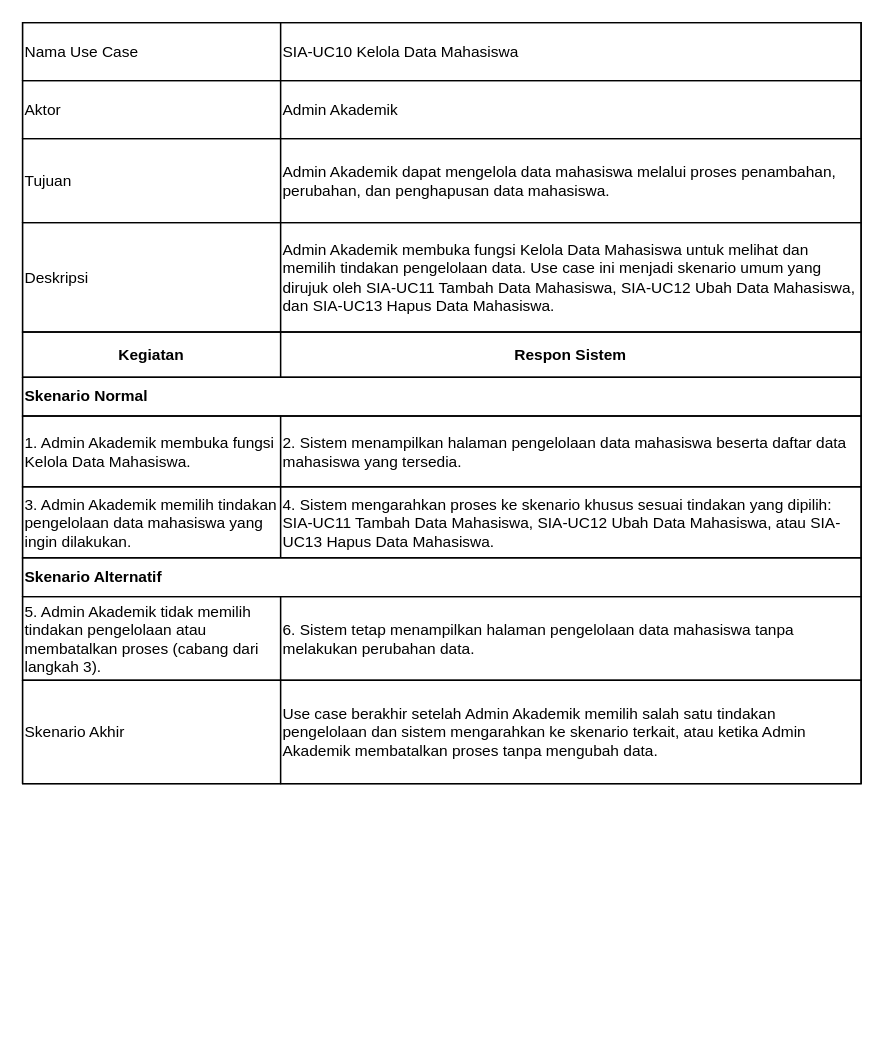
Earlier version of the draw.io diagram page "SIA-UC10" (4 of 7) of 04_model_analisis/P05/SIA/P05_2406030_SIA_skenario_v01.drawio (eyka02/IFRWP5149_2406030_LabAlat). Source tidied: cells renumbered, new cells numbered last; positions are measured from the earlier drawing's top-left corner, leaving out a move shared by most shapes. Both pictures are drawn from the tidied source at 129%, with x=0, y=0 at pixel (22, 22).
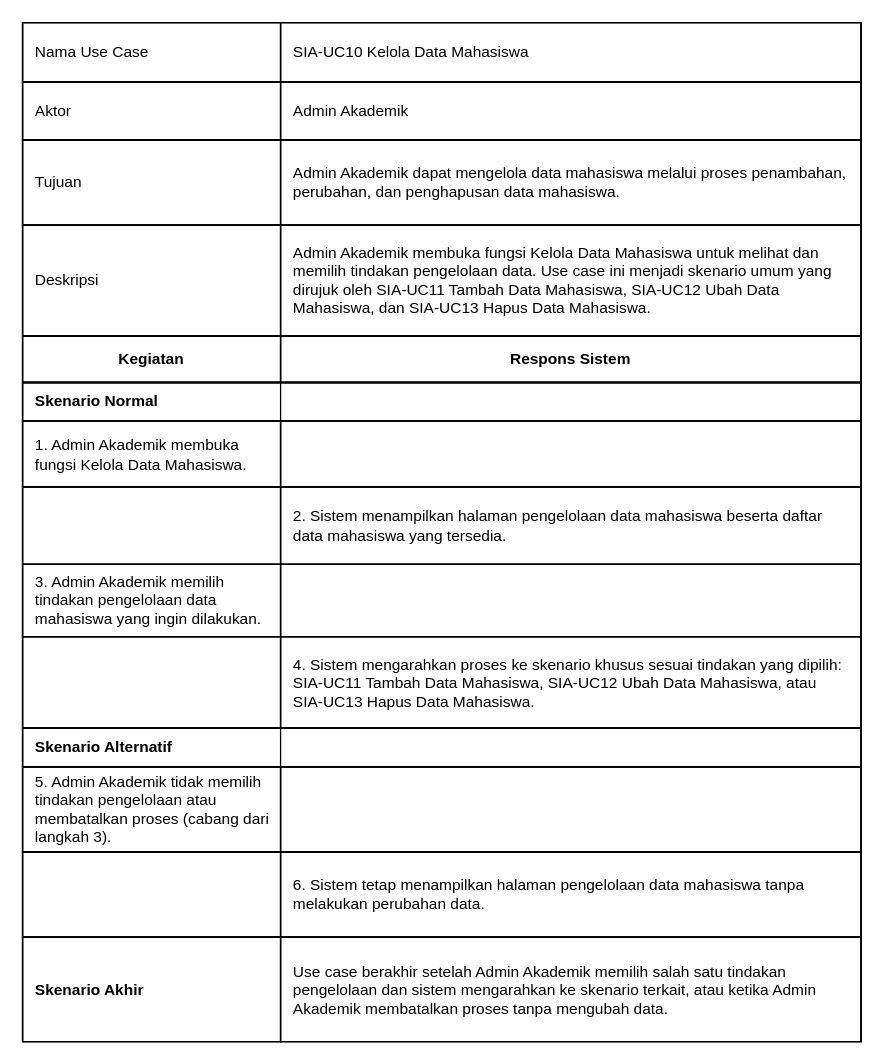
The same diagram, later.

What changed in the source:
```diff
@@
-    <mxCell id="2" style="shape=table;startSize=0;childLayout=tableLayout;fixedHeader=1;tableRender=collapsed;fillColor=none;strokeColor=#000000;" parent="1" vertex="1">
-      <mxGeometry width="650" height="590" as="geometry" />
+    <mxCell id="2" style="shape=table;startSize=0;childLayout=tableLayout;fixedHeader=1;tableRender=collapsed;fillColor=none;strokeColor=#000000;strokeWidth=1;" parent="1" vertex="1">
+      <mxGeometry width="650" height="790" as="geometry" />
     </mxCell>
-    <mxCell id="3" style="shape=tableRow;horizontal=0;startSize=0;" parent="2" vertex="1">
-      <mxGeometry width="650" height="45" as="geometry" />
+    <mxCell id="3" style="shape=tableRow;horizontal=0;startSize=0;strokeColor=#000000;strokeWidth=1;fillColor=none;" parent="2" vertex="1">
+      <mxGeometry width="650" height="46" as="geometry" />
     </mxCell>
-    <mxCell id="4" value="Nama Use Case" style="shape=partialRectangle;html=1;whiteSpace=wrap;align=left;verticalAlign=middle;fillColor=none;strokeColor=#000000;" parent="3" vertex="1">
-      <mxGeometry width="200" height="45" as="geometry" />
+    <mxCell id="4" value="Nama Use Case" style="shape=partialRectangle;html=1;whiteSpace=wrap;align=left;verticalAlign=middle;spacingLeft=8;fillColor=none;strokeColor=#000000;strokeWidth=1;" parent="3" vertex="1">
+      <mxGeometry width="200" height="46" as="geometry" />
     </mxCell>
-    <mxCell id="5" value="SIA-UC10 Kelola Data Mahasiswa" style="shape=partialRectangle;html=1;whiteSpace=wrap;align=left;verticalAlign=middle;fillColor=none;strokeColor=#000000;" parent="3" vertex="1">
-      <mxGeometry x="200" width="450" height="45" as="geometry" />
+    <mxCell id="5" value="SIA-UC10 Kelola Data Mahasiswa" style="shape=partialRectangle;html=1;whiteSpace=wrap;align=left;verticalAlign=middle;spacingLeft=8;fillColor=none;strokeColor=#000000;strokeWidth=1;" parent="3" vertex="1">
+      <mxGeometry x="200" width="450" height="46" as="geometry" />
     </mxCell>
-    <mxCell id="6" style="shape=tableRow;horizontal=0;startSize=0;" parent="2" vertex="1">
-      <mxGeometry y="45" width="650" height="45" as="geometry" />
+    <mxCell id="6" style="shape=tableRow;horizontal=0;startSize=0;strokeColor=#000000;strokeWidth=1;fillColor=none;" parent="2" vertex="1">
+      <mxGeometry y="46" width="650" height="45" as="geometry" />
     </mxCell>
-    <mxCell id="7" value="Aktor" style="shape=partialRectangle;html=1;whiteSpace=wrap;align=left;verticalAlign=middle;fillColor=none;strokeColor=#000000;" parent="6" vertex="1">
+    <mxCell id="7" value="Aktor" style="shape=partialRectangle;html=1;whiteSpace=wrap;align=left;verticalAlign=middle;spacingLeft=8;fillColor=none;strokeColor=#000000;strokeWidth=1;" parent="6" vertex="1">
       <mxGeometry width="200" height="45" as="geometry" />
     </mxCell>
-    <mxCell id="8" value="Admin Akademik" style="shape=partialRectangle;html=1;whiteSpace=wrap;align=left;verticalAlign=middle;fillColor=none;strokeColor=#000000;" parent="6" vertex="1">
+    <mxCell id="8" value="Admin Akademik" style="shape=partialRectangle;html=1;whiteSpace=wrap;align=left;verticalAlign=middle;spacingLeft=8;fillColor=none;strokeColor=#000000;strokeWidth=1;" parent="6" vertex="1">
       <mxGeometry x="200" width="450" height="45" as="geometry" />
     </mxCell>
-    <mxCell id="9" style="shape=tableRow;horizontal=0;startSize=0;" parent="2" vertex="1">
-      <mxGeometry y="90" width="650" height="65" as="geometry" />
+    <mxCell id="9" style="shape=tableRow;horizontal=0;startSize=0;strokeColor=#000000;strokeWidth=1;fillColor=none;" parent="2" vertex="1">
+      <mxGeometry y="91" width="650" height="66" as="geometry" />
     </mxCell>
-    <mxCell id="10" value="Tujuan" style="shape=partialRectangle;html=1;whiteSpace=wrap;align=left;verticalAlign=middle;fillColor=none;strokeColor=#000000;" parent="9" vertex="1">
-      <mxGeometry width="200" height="65" as="geometry" />
+    <mxCell id="10" value="Tujuan" style="shape=partialRectangle;html=1;whiteSpace=wrap;align=left;verticalAlign=middle;spacingLeft=8;fillColor=none;strokeColor=#000000;strokeWidth=1;" parent="9" vertex="1">
+      <mxGeometry width="200" height="66" as="geometry" />
     </mxCell>
-    <mxCell id="11" value="Admin Akademik dapat mengelola data mahasiswa melalui proses penambahan, perubahan, dan penghapusan data mahasiswa." style="shape=partialRectangle;html=1;whiteSpace=wrap;align=left;verticalAlign=middle;fillColor=none;strokeColor=#000000;" parent="9" vertex="1">
-      <mxGeometry x="200" width="450" height="65" as="geometry" />
+    <mxCell id="11" value="Admin Akademik dapat mengelola data mahasiswa melalui proses penambahan, perubahan, dan penghapusan data mahasiswa." style="shape=partialRectangle;html=1;whiteSpace=wrap;align=left;verticalAlign=middle;spacingLeft=8;spacingRight=8;fillColor=none;strokeColor=#000000;strokeWidth=1;" parent="9" vertex="1">
+      <mxGeometry x="200" width="450" height="66" as="geometry" />
     </mxCell>
-    <mxCell id="12" style="shape=tableRow;horizontal=0;startSize=0;" parent="2" vertex="1">
-      <mxGeometry y="155" width="650" height="85" as="geometry" />
+    <mxCell id="12" style="shape=tableRow;horizontal=0;startSize=0;strokeColor=#000000;strokeWidth=1;fillColor=none;" parent="2" vertex="1">
+      <mxGeometry y="157" width="650" height="86" as="geometry" />
     </mxCell>
-    <mxCell id="13" value="Deskripsi" style="shape=partialRectangle;html=1;whiteSpace=wrap;align=left;verticalAlign=middle;fillColor=none;strokeColor=#000000;" parent="12" vertex="1">
-      <mxGeometry width="200" height="85" as="geometry" />
+    <mxCell id="13" value="Deskripsi" style="shape=partialRectangle;html=1;whiteSpace=wrap;align=left;verticalAlign=middle;spacingLeft=8;fillColor=none;strokeColor=#000000;strokeWidth=1;" parent="12" vertex="1">
+      <mxGeometry width="200" height="86" as="geometry" />
     </mxCell>
-    <mxCell id="14" value="Admin Akademik membuka fungsi Kelola Data Mahasiswa untuk melihat dan memilih tindakan pengelolaan data. Use case ini menjadi skenario umum yang dirujuk oleh SIA-UC11 Tambah Data Mahasiswa, SIA-UC12 Ubah Data Mahasiswa, dan SIA-UC13 Hapus Data Mahasiswa." style="shape=partialRectangle;html=1;whiteSpace=wrap;align=left;verticalAlign=middle;fillColor=none;strokeColor=#000000;" parent="12" vertex="1">
-      <mxGeometry x="200" width="450" height="85" as="geometry" />
+    <mxCell id="14" value="Admin Akademik membuka fungsi Kelola Data Mahasiswa untuk melihat dan memilih tindakan pengelolaan data. Use case ini menjadi skenario umum yang dirujuk oleh SIA-UC11 Tambah Data Mahasiswa, SIA-UC12 Ubah Data Mahasiswa, dan SIA-UC13 Hapus Data Mahasiswa." style="shape=partialRectangle;html=1;whiteSpace=wrap;align=left;verticalAlign=middle;spacingLeft=8;spacingRight=8;fillColor=none;strokeColor=#000000;strokeWidth=1;" parent="12" vertex="1">
+      <mxGeometry x="200" width="450" height="86" as="geometry" />
     </mxCell>
-    <mxCell id="15" style="shape=tableRow;horizontal=0;startSize=0;" parent="2" vertex="1">
-      <mxGeometry y="240" width="650" height="35" as="geometry" />
+    <mxCell id="15" style="shape=tableRow;horizontal=0;startSize=0;strokeColor=#000000;strokeWidth=1;fillColor=none;" parent="2" vertex="1">
+      <mxGeometry y="243" width="650" height="36" as="geometry" />
     </mxCell>
-    <mxCell id="16" value="Kegiatan" style="shape=partialRectangle;html=1;whiteSpace=wrap;align=center;verticalAlign=middle;fontStyle=1;fillColor=none;strokeColor=#000000;" parent="15" vertex="1">
-      <mxGeometry width="200" height="35" as="geometry" />
+    <mxCell id="16" value="Kegiatan" style="shape=partialRectangle;html=1;whiteSpace=wrap;align=center;verticalAlign=middle;fontStyle=1;fillColor=none;strokeColor=#000000;strokeWidth=1;" parent="15" vertex="1">
+      <mxGeometry width="200" height="36" as="geometry" />
     </mxCell>
-    <mxCell id="17" value="Respon Sistem" style="shape=partialRectangle;html=1;whiteSpace=wrap;align=center;verticalAlign=middle;fontStyle=1;fillColor=none;strokeColor=#000000;" parent="15" vertex="1">
-      <mxGeometry x="200" width="450" height="35" as="geometry" />
+    <mxCell id="17" value="Respons Sistem" style="shape=partialRectangle;html=1;whiteSpace=wrap;align=center;verticalAlign=middle;fontStyle=1;fillColor=none;strokeColor=#000000;strokeWidth=1;" parent="15" vertex="1">
+      <mxGeometry x="200" width="450" height="36" as="geometry" />
     </mxCell>
-    <mxCell id="18" style="shape=tableRow;horizontal=0;startSize=0;" parent="2" vertex="1">
-      <mxGeometry y="275" width="650" height="30" as="geometry" />
+    <mxCell id="18" style="shape=tableRow;horizontal=0;startSize=0;strokeColor=#000000;strokeWidth=1;fillColor=none;" parent="2" vertex="1">
+      <mxGeometry y="279" width="650" height="30" as="geometry" />
     </mxCell>
-    <mxCell id="19" value="Skenario Normal" style="shape=partialRectangle;html=1;whiteSpace=wrap;align=left;verticalAlign=middle;fontStyle=1;fillColor=none;strokeColor=#000000;" parent="18" vertex="1">
+    <mxCell id="19" value="Skenario Normal" style="shape=partialRectangle;html=1;whiteSpace=wrap;align=left;verticalAlign=middle;spacingLeft=8;fontStyle=1;fillColor=none;strokeColor=#000000;strokeWidth=1;" parent="18" vertex="1">
       <mxGeometry width="650" height="30" as="geometry" />
     </mxCell>
-    <mxCell id="20" style="shape=tableRow;horizontal=0;startSize=0;" parent="2" vertex="1">
-      <mxGeometry y="305" width="650" height="55" as="geometry" />
+    <mxCell id="20" style="shape=tableRow;horizontal=0;startSize=0;strokeColor=#000000;strokeWidth=1;fillColor=none;" parent="2" vertex="1">
+      <mxGeometry y="309" width="650" height="51" as="geometry" />
     </mxCell>
-    <mxCell id="21" value="1. Admin Akademik membuka fungsi Kelola Data Mahasiswa." style="shape=partialRectangle;html=1;whiteSpace=wrap;align=left;verticalAlign=middle;fillColor=none;strokeColor=#000000;" parent="20" vertex="1">
-      <mxGeometry width="200" height="55" as="geometry" />
+    <mxCell id="21" value="1. Admin Akademik membuka fungsi Kelola Data Mahasiswa." style="shape=partialRectangle;html=1;whiteSpace=wrap;align=left;verticalAlign=middle;spacingLeft=8;spacingRight=8;fillColor=none;strokeColor=#000000;strokeWidth=1;" parent="20" vertex="1">
+      <mxGeometry width="200" height="51" as="geometry" />
     </mxCell>
-    <mxCell id="22" value="2. Sistem menampilkan halaman pengelolaan data mahasiswa beserta daftar data mahasiswa yang tersedia." style="shape=partialRectangle;html=1;whiteSpace=wrap;align=left;verticalAlign=middle;fillColor=none;strokeColor=#000000;" parent="20" vertex="1">
-      <mxGeometry x="200" width="450" height="55" as="geometry" />
+    <mxCell id="22" style="shape=partialRectangle;html=1;whiteSpace=wrap;align=left;verticalAlign=middle;fillColor=none;strokeColor=#000000;strokeWidth=1;" parent="20" vertex="1">
+      <mxGeometry x="200" width="450" height="51" as="geometry" />
     </mxCell>
-    <mxCell id="23" style="shape=tableRow;horizontal=0;startSize=0;" parent="2" vertex="1">
-      <mxGeometry y="360" width="650" height="55" as="geometry" />
+    <mxCell id="23" style="shape=tableRow;horizontal=0;startSize=0;strokeColor=#000000;strokeWidth=1;fillColor=none;" parent="2" vertex="1">
+      <mxGeometry y="360" width="650" height="60" as="geometry" />
     </mxCell>
-    <mxCell id="24" value="3. Admin Akademik memilih tindakan pengelolaan data mahasiswa yang ingin dilakukan." style="shape=partialRectangle;html=1;whiteSpace=wrap;align=left;verticalAlign=middle;fillColor=none;strokeColor=#000000;" parent="23" vertex="1">
-      <mxGeometry width="200" height="55" as="geometry" />
+    <mxCell id="24" style="shape=partialRectangle;html=1;whiteSpace=wrap;align=left;verticalAlign=middle;fillColor=none;strokeColor=#000000;strokeWidth=1;" parent="23" vertex="1">
+      <mxGeometry width="200" height="60" as="geometry" />
     </mxCell>
-    <mxCell id="25" value="4. Sistem mengarahkan proses ke skenario khusus sesuai tindakan yang dipilih: SIA-UC11 Tambah Data Mahasiswa, SIA-UC12 Ubah Data Mahasiswa, atau SIA-UC13 Hapus Data Mahasiswa." style="shape=partialRectangle;html=1;whiteSpace=wrap;align=left;verticalAlign=middle;fillColor=none;strokeColor=#000000;" parent="23" vertex="1">
-      <mxGeometry x="200" width="450" height="55" as="geometry" />
+    <mxCell id="25" value="2. Sistem menampilkan halaman pengelolaan data mahasiswa beserta daftar data mahasiswa yang tersedia." style="shape=partialRectangle;html=1;whiteSpace=wrap;align=left;verticalAlign=middle;spacingLeft=8;spacingRight=8;fillColor=none;strokeColor=#000000;strokeWidth=1;" parent="23" vertex="1">
+      <mxGeometry x="200" width="450" height="60" as="geometry" />
     </mxCell>
-    <mxCell id="26" style="shape=tableRow;horizontal=0;startSize=0;" parent="2" vertex="1">
-      <mxGeometry y="415" width="650" height="30" as="geometry" />
+    <mxCell id="26" style="shape=tableRow;horizontal=0;startSize=0;strokeColor=#000000;strokeWidth=1;fillColor=none;" parent="2" vertex="1">
+      <mxGeometry y="420" width="650" height="56" as="geometry" />
     </mxCell>
-    <mxCell id="27" value="Skenario Alternatif" style="shape=partialRectangle;html=1;whiteSpace=wrap;align=left;verticalAlign=middle;fontStyle=1;fillColor=none;strokeColor=#000000;" parent="26" vertex="1">
-      <mxGeometry width="650" height="30" as="geometry" />
-    </mxCell>
+    <mxCell id="34" value="3. Admin Akademik memilih tindakan pengelolaan data mahasiswa yang ingin dilakukan." style="shape=partialRectangle;html=1;whiteSpace=wrap;align=left;verticalAlign=middle;spacingLeft=8;spacingRight=8;fillColor=none;strokeColor=#000000;strokeWidth=1;" parent="26" vertex="1">
+      <mxGeometry width="200" height="56" as="geometry" />
+    </mxCell>
+    <mxCell id="35" style="shape=partialRectangle;html=1;whiteSpace=wrap;align=left;verticalAlign=middle;fillColor=none;strokeColor=#000000;strokeWidth=1;" parent="26" vertex="1">
+      <mxGeometry x="200" width="450" height="56" as="geometry" />
+    </mxCell>
-    <mxCell id="28" style="shape=tableRow;horizontal=0;startSize=0;" parent="2" vertex="1">
-      <mxGeometry y="445" width="650" height="65" as="geometry" />
+    <mxCell id="28" style="shape=tableRow;horizontal=0;startSize=0;strokeColor=#000000;strokeWidth=1;fillColor=none;" parent="2" vertex="1">
+      <mxGeometry y="476" width="650" height="71" as="geometry" />
     </mxCell>
-    <mxCell id="29" value="5. Admin Akademik tidak memilih tindakan pengelolaan atau membatalkan proses (cabang dari langkah 3)." style="shape=partialRectangle;html=1;whiteSpace=wrap;align=left;verticalAlign=middle;fillColor=none;strokeColor=#000000;" parent="28" vertex="1">
-      <mxGeometry width="200" height="65" as="geometry" />
+    <mxCell id="29" style="shape=partialRectangle;html=1;whiteSpace=wrap;align=left;verticalAlign=middle;fillColor=none;strokeColor=#000000;strokeWidth=1;" parent="28" vertex="1">
+      <mxGeometry width="200" height="71" as="geometry" />
     </mxCell>
-    <mxCell id="30" value="6. Sistem tetap menampilkan halaman pengelolaan data mahasiswa tanpa melakukan perubahan data." style="shape=partialRectangle;html=1;whiteSpace=wrap;align=left;verticalAlign=middle;fillColor=none;strokeColor=#000000;" parent="28" vertex="1">
-      <mxGeometry x="200" width="450" height="65" as="geometry" />
+    <mxCell id="30" value="4. Sistem mengarahkan proses ke skenario khusus sesuai tindakan yang dipilih: SIA-UC11 Tambah Data Mahasiswa, SIA-UC12 Ubah Data Mahasiswa, atau SIA-UC13 Hapus Data Mahasiswa." style="shape=partialRectangle;html=1;whiteSpace=wrap;align=left;verticalAlign=middle;spacingLeft=8;spacingRight=8;fillColor=none;strokeColor=#000000;strokeWidth=1;" parent="28" vertex="1">
+      <mxGeometry x="200" width="450" height="71" as="geometry" />
     </mxCell>
-    <mxCell id="31" style="shape=tableRow;horizontal=0;startSize=0;" parent="2" vertex="1">
-      <mxGeometry y="510" width="650" height="80" as="geometry" />
+    <mxCell id="31" style="shape=tableRow;horizontal=0;startSize=0;strokeColor=#000000;strokeWidth=1;fillColor=none;" parent="2" vertex="1">
+      <mxGeometry y="547" width="650" height="30" as="geometry" />
     </mxCell>
+    <mxCell id="27" value="Skenario Alternatif" style="shape=partialRectangle;html=1;whiteSpace=wrap;align=left;verticalAlign=middle;spacingLeft=8;fontStyle=1;fillColor=none;strokeColor=#000000;strokeWidth=1;" parent="31" vertex="1">
+      <mxGeometry width="650" height="30" as="geometry" />
+    </mxCell>
+    <mxCell id="36" style="shape=tableRow;horizontal=0;startSize=0;strokeColor=#000000;strokeWidth=1;fillColor=none;" parent="2" vertex="1">
+      <mxGeometry y="577" width="650" height="66" as="geometry" />
+    </mxCell>
+    <mxCell id="37" value="5. Admin Akademik tidak memilih tindakan pengelolaan atau membatalkan proses (cabang dari langkah 3)." style="shape=partialRectangle;html=1;whiteSpace=wrap;align=left;verticalAlign=middle;spacingLeft=8;spacingRight=8;fillColor=none;strokeColor=#000000;strokeWidth=1;" parent="36" vertex="1">
+      <mxGeometry width="200" height="66" as="geometry" />
+    </mxCell>
+    <mxCell id="38" style="shape=partialRectangle;html=1;whiteSpace=wrap;align=left;verticalAlign=middle;fillColor=none;strokeColor=#000000;strokeWidth=1;" parent="36" vertex="1">
+      <mxGeometry x="200" width="450" height="66" as="geometry" />
+    </mxCell>
+    <mxCell id="39" style="shape=tableRow;horizontal=0;startSize=0;strokeColor=#000000;strokeWidth=1;fillColor=none;" parent="2" vertex="1">
+      <mxGeometry y="643" width="650" height="66" as="geometry" />
+    </mxCell>
+    <mxCell id="40" style="shape=partialRectangle;html=1;whiteSpace=wrap;align=left;verticalAlign=middle;fillColor=none;strokeColor=#000000;strokeWidth=1;" parent="39" vertex="1">
+      <mxGeometry width="200" height="66" as="geometry" />
+    </mxCell>
+    <mxCell id="41" value="6. Sistem tetap menampilkan halaman pengelolaan data mahasiswa tanpa melakukan perubahan data." style="shape=partialRectangle;html=1;whiteSpace=wrap;align=left;verticalAlign=middle;spacingLeft=8;spacingRight=8;fillColor=none;strokeColor=#000000;strokeWidth=1;" parent="39" vertex="1">
+      <mxGeometry x="200" width="450" height="66" as="geometry" />
+    </mxCell>
+    <mxCell id="42" style="shape=tableRow;horizontal=0;startSize=0;strokeColor=#000000;strokeWidth=1;fillColor=none;" parent="2" vertex="1">
+      <mxGeometry y="709" width="650" height="81" as="geometry" />
+    </mxCell>
-    <mxCell id="32" value="Skenario Akhir" style="shape=partialRectangle;html=1;whiteSpace=wrap;align=left;verticalAlign=middle;fillColor=none;strokeColor=#000000;" parent="31" vertex="1">
-      <mxGeometry width="200" height="80" as="geometry" />
+    <mxCell id="32" value="Skenario Akhir" style="shape=partialRectangle;html=1;whiteSpace=wrap;align=left;verticalAlign=middle;spacingLeft=8;fontStyle=1;fillColor=none;strokeColor=#000000;strokeWidth=1;" parent="42" vertex="1">
+      <mxGeometry width="200" height="81" as="geometry" />
     </mxCell>
-    <mxCell id="33" value="Use case berakhir setelah Admin Akademik memilih salah satu tindakan pengelolaan dan sistem mengarahkan ke skenario terkait, atau ketika Admin Akademik membatalkan proses tanpa mengubah data." style="shape=partialRectangle;html=1;whiteSpace=wrap;align=left;verticalAlign=middle;fillColor=none;strokeColor=#000000;" parent="31" vertex="1">
-      <mxGeometry x="200" width="450" height="80" as="geometry" />
+    <mxCell id="33" value="Use case berakhir setelah Admin Akademik memilih salah satu tindakan pengelolaan dan sistem mengarahkan ke skenario terkait, atau ketika Admin Akademik membatalkan proses tanpa mengubah data." style="shape=partialRectangle;html=1;whiteSpace=wrap;align=left;verticalAlign=middle;spacingLeft=8;spacingRight=8;fillColor=none;strokeColor=#000000;strokeWidth=1;" parent="42" vertex="1">
+      <mxGeometry x="200" width="450" height="81" as="geometry" />
     </mxCell>
```
